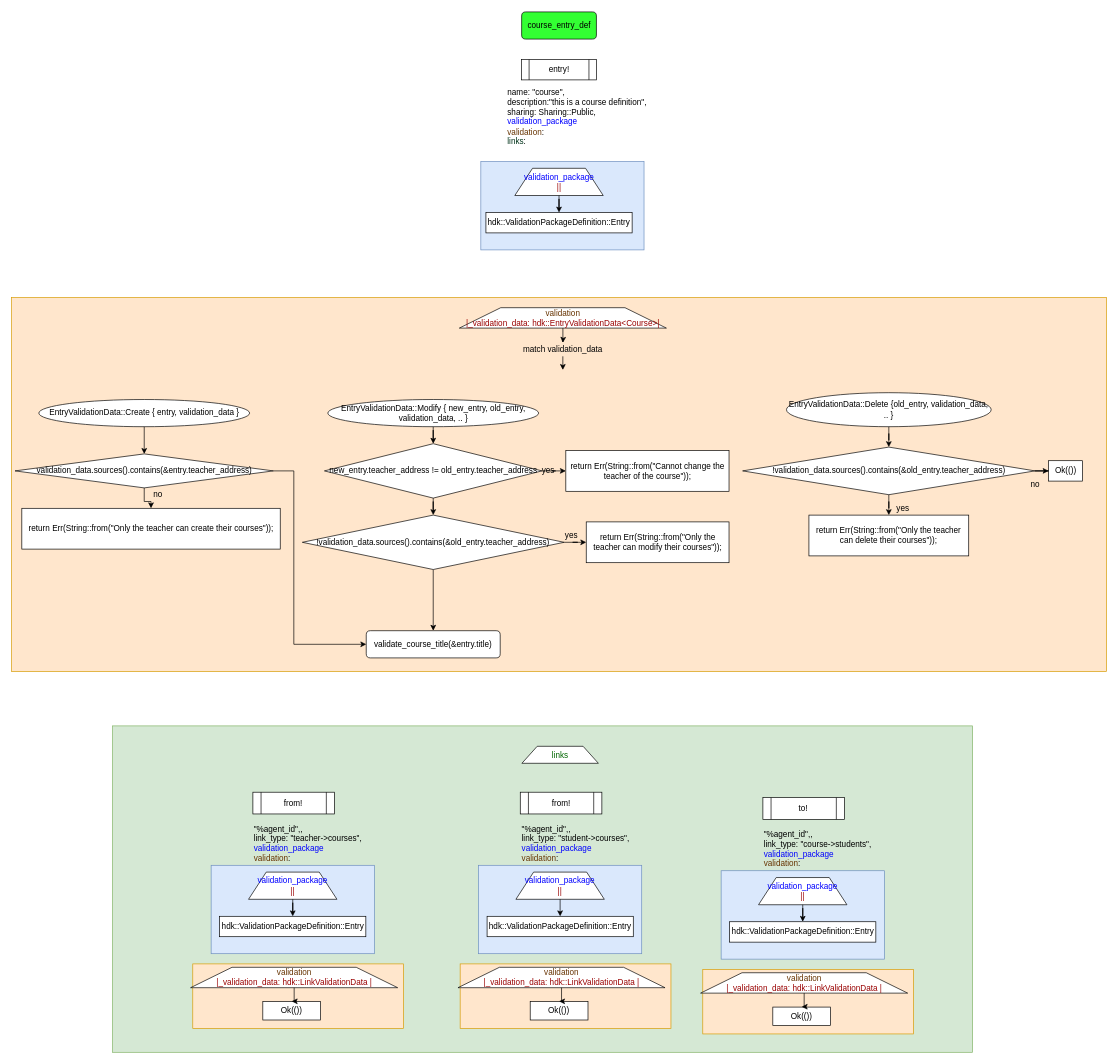
Before: page "course: course_entry_def" (4 of 9) of Untitled Diagram.drawio in sdelvalle57/hUdemy, a draw.io diagram. Source tidied: cells renumbered, new cells numbered last; positions are measured from the earlier drawing's top-left corner, leaving out a move shared by most shapes. Both pictures are drawn from the tidied source at 68%, with x=0, y=0 at pixel (12, 12).
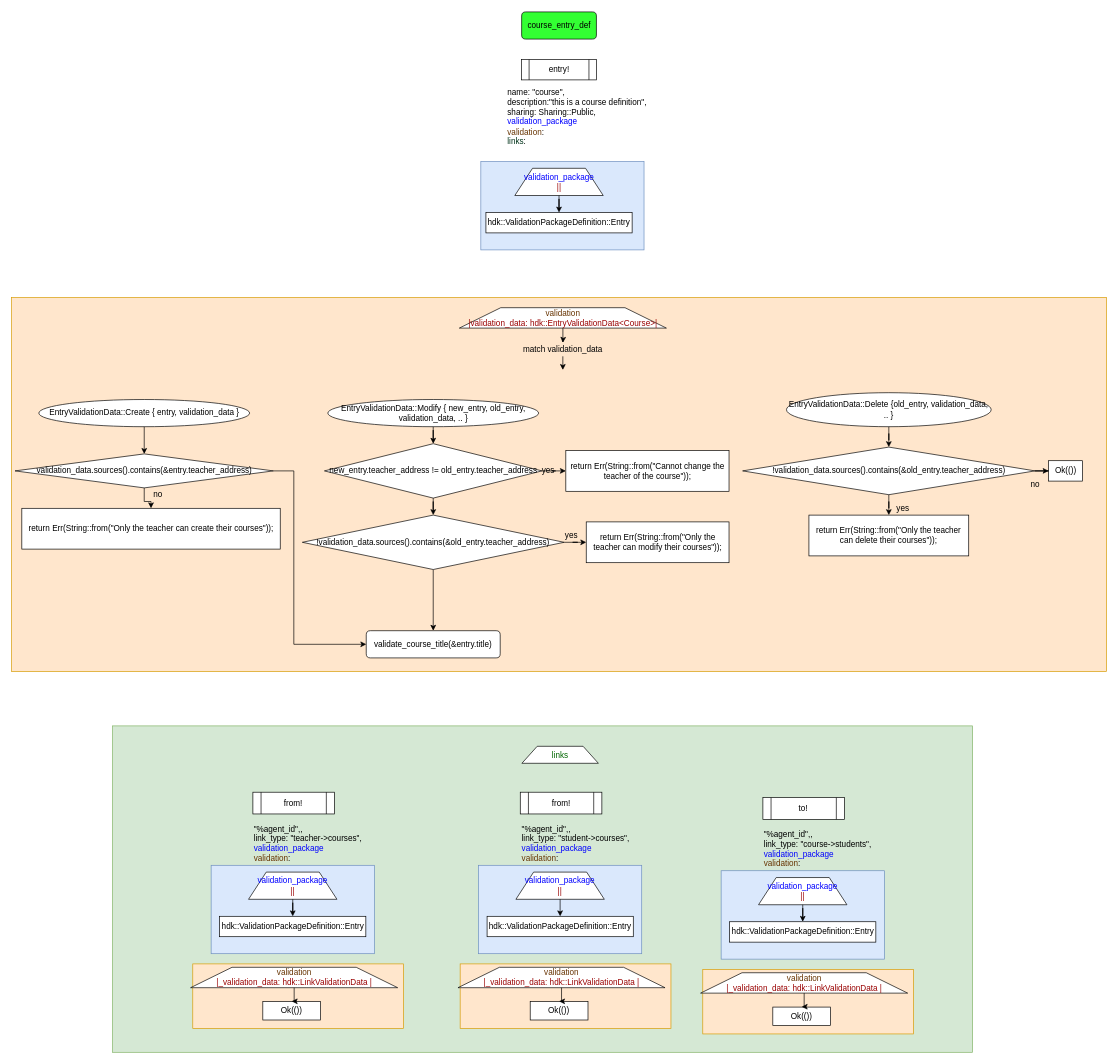
The same page after the edit.

The change refers to these unchanged cells:
```xml
<mxCell id="41" style="group;" parent="40" vertex="1">
  <mxGeometry width="310" height="95" as="geometry" />
</mxCell>
```

What changed in the source:
```diff
@@
-    <mxCell id="43" value="&lt;div&gt;&lt;font color=&quot;#663300&quot;&gt;validation&lt;/font&gt;&lt;/div&gt;&lt;div&gt;&lt;font color=&quot;#990000&quot;&gt;|_validation_data: hdk::EntryValidationData&amp;lt;Course&amp;gt;|&lt;/font&gt;&lt;/div&gt;" style="shape=trapezoid;perimeter=trapezoidPerimeter;whiteSpace=wrap;html=1;fillColor=#FFFFFF;" parent="41" vertex="1">
+    <mxCell id="43" value="&lt;div&gt;&lt;font color=&quot;#663300&quot;&gt;validation&lt;/font&gt;&lt;/div&gt;&lt;div&gt;&lt;font color=&quot;#990000&quot;&gt;|validation_data: hdk::EntryValidationData&amp;lt;Course&amp;gt;|&lt;/font&gt;&lt;/div&gt;" style="shape=trapezoid;perimeter=trapezoidPerimeter;whiteSpace=wrap;html=1;fillColor=#FFFFFF;" parent="41" vertex="1">
       <mxGeometry x="-23.2" y="5" width="304.5" height="30" as="geometry" />
     </mxCell>
```
